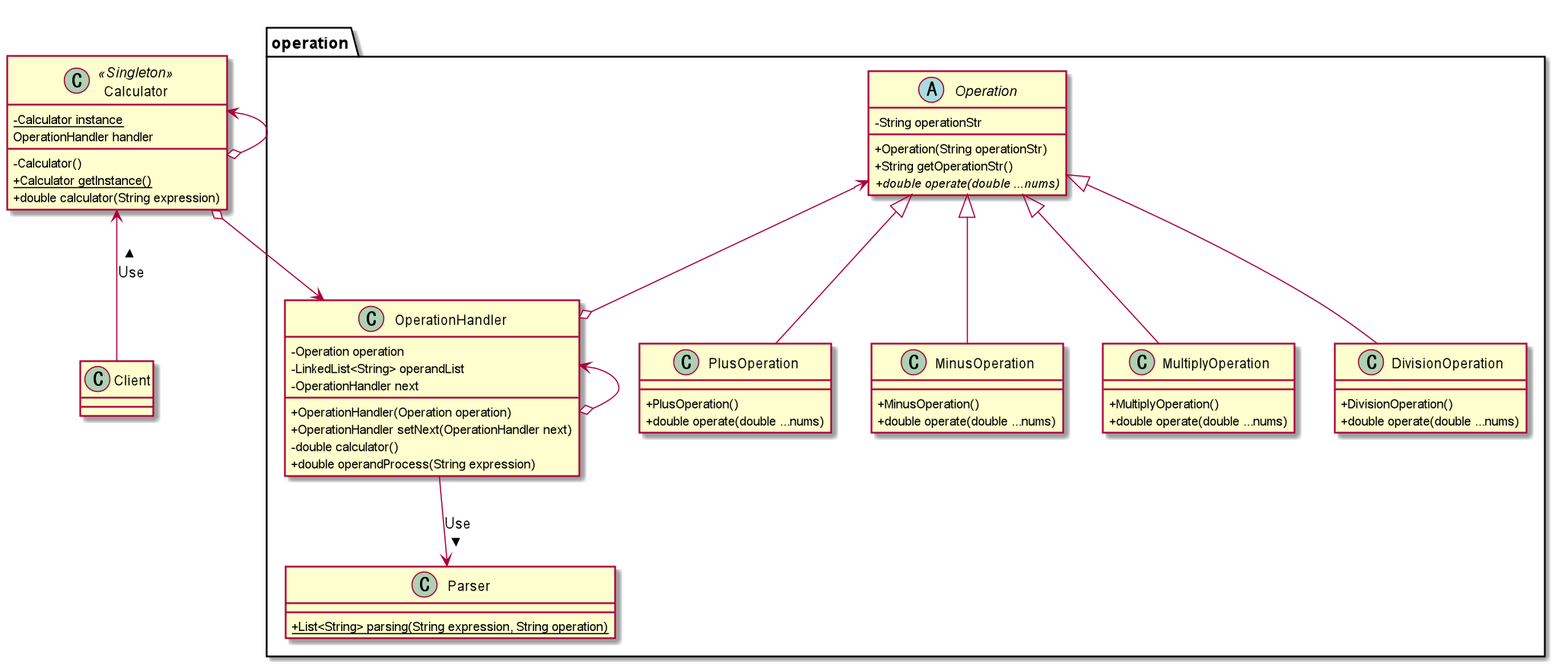
The PlantUML diagram img/designpattern/2/concept_facade_2.png in windowforsun/blog, before a commit.
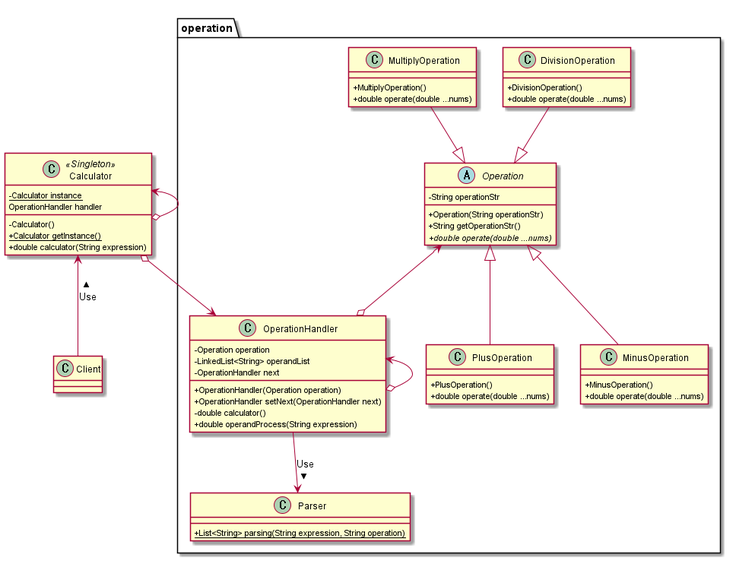
Later version of the same file.

Commit message:
facade 이미지 수정

What changed in the source:
```diff
@@ -60,8 +60,8 @@
 
 Operation <|-- PlusOperation
 Operation <|-- MinusOperation
-Operation <|-- MultiplyOperation
-Operation <|-- DivisionOperation
+Operation <|-up- MultiplyOperation
+Operation <|-up- DivisionOperation
 
 Calculator <--o Calculator
 Calculator <-- Client : Use <
```
